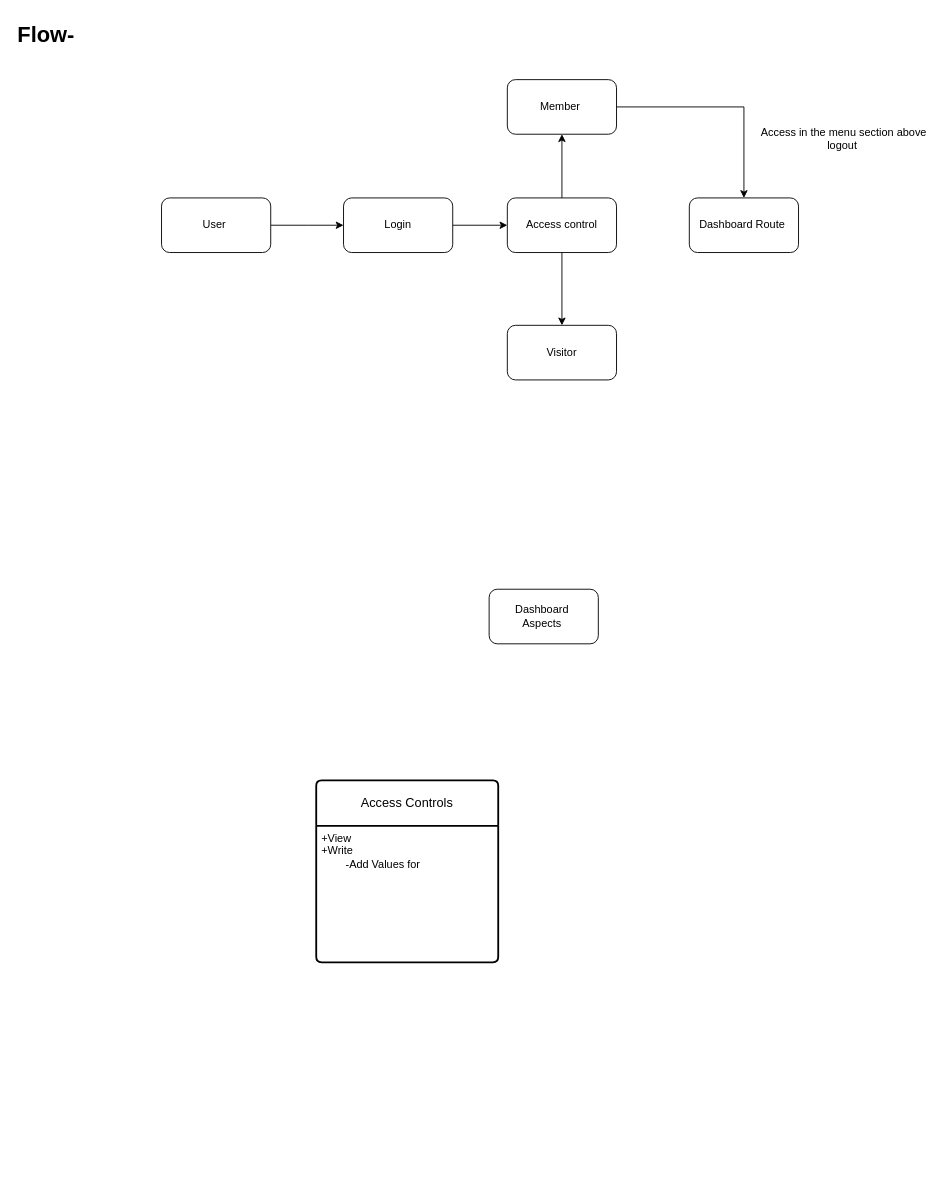
This is page "Backend(Dashboard)" (2 of 2) of IEEE.drawio from Tushar7436/IEEE-Web, a draw.io file, before an edit. Source tidied: cells renumbered, new cells numbered last; positions are measured from the earlier drawing's top-left corner, leaving out a move shared by most shapes. Both pictures are drawn from the tidied source at 91%, with x=0, y=0 at pixel (15, 15).
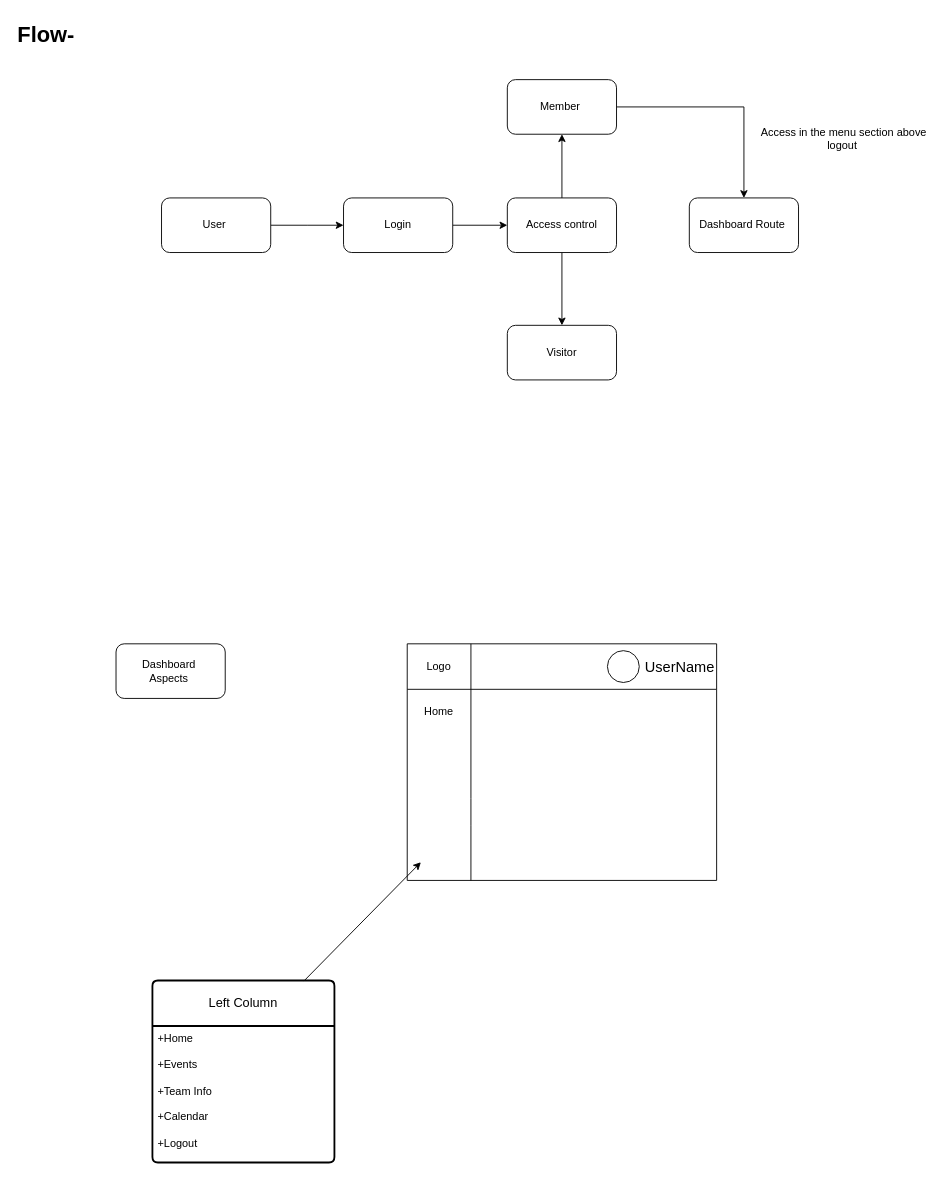
After the change.

The edit, as a diff of the source:
```diff
@@
     <mxCell id="15" value="Dashboard&amp;nbsp;&lt;br&gt;Aspects&amp;nbsp;" style="rounded=1;whiteSpace=wrap;html=1;" parent="1" vertex="1">
-      <mxGeometry x="520" y="630" width="120" height="60" as="geometry" />
+      <mxGeometry x="110" y="690" width="120" height="60" as="geometry" />
     </mxCell>
-    <mxCell id="16" value="Access Controls" style="swimlane;horizontal=1;startSize=50;rounded=1;fontSize=14;fontStyle=0;strokeWidth=2;shadow=0;dashed=0;align=center;arcSize=4;whiteSpace=wrap;html=1;" parent="1" vertex="1">
-      <mxGeometry x="330" y="840" width="200" height="200" as="geometry" />
+    <mxCell id="16" value="Left Column" style="swimlane;horizontal=1;startSize=50;rounded=1;fontSize=14;fontStyle=0;strokeWidth=2;shadow=0;dashed=0;align=center;arcSize=4;whiteSpace=wrap;html=1;" parent="1" vertex="1">
+      <mxGeometry x="150" y="1060" width="200" height="200" as="geometry" />
     </mxCell>
-    <mxCell id="17" value="&lt;div&gt;+View&lt;br&gt;+Write&amp;nbsp;&amp;nbsp;&lt;br&gt;&lt;span style=&quot;white-space: pre;&quot;&gt;&#9;&lt;/span&gt;-Add Values for&amp;nbsp; &amp;nbsp;&lt;br&gt;&lt;/div&gt;" style="align=left;strokeColor=none;fillColor=none;spacingLeft=4;fontSize=12;verticalAlign=top;html=1;" parent="16" vertex="1">
+    <mxCell id="17" value="&lt;div&gt;+Home&lt;br&gt;&lt;br&gt;+Events&amp;nbsp;&lt;br&gt;&lt;br&gt;+Team Info&lt;/div&gt;&lt;div&gt;&lt;br&gt;&lt;/div&gt;&lt;div&gt;+Calendar&lt;br&gt;&lt;br&gt;+Logout&amp;nbsp;&lt;br&gt;&lt;br&gt;&lt;br&gt;&lt;/div&gt;" style="align=left;strokeColor=none;fillColor=none;spacingLeft=4;fontSize=12;verticalAlign=top;html=1;" parent="16" vertex="1">
       <mxGeometry y="50" width="200" height="150" as="geometry" />
     </mxCell>
+    <mxCell id="18" value="UserName" style="shape=table;startSize=50;childLayout=tableLayout;rowLines=0;fontStyle=0;strokeColor=default;fontSize=16;align=right;" parent="1" vertex="1">
+      <mxGeometry x="430" y="690" width="340" height="260" as="geometry" />
+    </mxCell>
+    <mxCell id="19" style="shape=tableRow;horizontal=0;startSize=0;swimlaneHead=0;swimlaneBody=0;top=0;left=0;bottom=0;right=0;fillColor=none;strokeColor=inherit;fontSize=16;" parent="18" vertex="1">
+      <mxGeometry y="50" width="340" height="120" as="geometry" />
+    </mxCell>
+    <mxCell id="20" style="shape=partialRectangle;html=1;whiteSpace=wrap;fillColor=none;top=0;left=0;bottom=0;right=0;overflow=hidden;strokeColor=inherit;fontSize=16;" parent="19" vertex="1">
+      <mxGeometry width="70" height="120" as="geometry" />
+    </mxCell>
+    <mxCell id="21" style="shape=partialRectangle;html=1;whiteSpace=wrap;fillColor=none;top=0;left=0;bottom=0;right=0;align=left;spacingLeft=6;overflow=hidden;strokeColor=inherit;fontSize=16;" parent="19" vertex="1">
+      <mxGeometry x="70" width="270" height="120" as="geometry" />
+    </mxCell>
+    <mxCell id="22" style="shape=tableRow;horizontal=0;startSize=0;swimlaneHead=0;swimlaneBody=0;top=0;left=0;bottom=0;right=0;fillColor=none;strokeColor=inherit;fontSize=16;" parent="18" vertex="1">
+      <mxGeometry y="170" width="340" height="30" as="geometry" />
+    </mxCell>
+    <mxCell id="23" style="shape=partialRectangle;html=1;whiteSpace=wrap;fillColor=none;top=0;left=0;bottom=0;right=0;overflow=hidden;strokeColor=inherit;fontSize=16;" parent="22" vertex="1">
+      <mxGeometry width="70" height="30" as="geometry" />
+    </mxCell>
+    <mxCell id="24" style="shape=partialRectangle;html=1;whiteSpace=wrap;fillColor=none;top=0;left=0;bottom=0;right=0;align=left;spacingLeft=6;overflow=hidden;strokeColor=inherit;fontSize=16;" parent="22" vertex="1">
+      <mxGeometry x="70" width="270" height="30" as="geometry" />
+    </mxCell>
+    <mxCell id="25" style="shape=tableRow;horizontal=0;startSize=0;swimlaneHead=0;swimlaneBody=0;top=0;left=0;bottom=0;right=0;fillColor=none;strokeColor=inherit;fontSize=16;" parent="18" vertex="1">
+      <mxGeometry y="200" width="340" height="60" as="geometry" />
+    </mxCell>
+    <mxCell id="26" style="shape=partialRectangle;html=1;whiteSpace=wrap;fillColor=none;top=0;left=0;bottom=0;right=0;overflow=hidden;strokeColor=inherit;fontSize=16;" parent="25" vertex="1">
+      <mxGeometry width="70" height="60" as="geometry" />
+    </mxCell>
+    <mxCell id="27" style="shape=partialRectangle;html=1;whiteSpace=wrap;fillColor=none;top=0;left=0;bottom=0;right=0;align=left;spacingLeft=6;overflow=hidden;strokeColor=inherit;fontSize=16;" parent="25" vertex="1">
+      <mxGeometry x="70" width="270" height="60" as="geometry" />
+    </mxCell>
+    <mxCell id="28" style="ellipse;whiteSpace=wrap;html=1;" parent="1" vertex="1">
+      <mxGeometry x="650" y="697.5" width="35" height="35" as="geometry" />
+    </mxCell>
+    <mxCell id="29" value="Logo" style="text;html=1;align=center;verticalAlign=middle;whiteSpace=wrap;rounded=0;" parent="1" vertex="1">
+      <mxGeometry x="435" y="700" width="60" height="30" as="geometry" />
+    </mxCell>
+    <mxCell id="30" style="endArrow=none;html=1;rounded=0;" parent="1" edge="1">
+      <mxGeometry relative="1" as="geometry">
+        <mxPoint x="500" y="740" as="sourcePoint" />
+        <mxPoint x="500" y="690" as="targetPoint" />
+      </mxGeometry>
+    </mxCell>
+    <mxCell id="31" style="endArrow=classic;html=1;rounded=0;exitX=0.832;exitY=0.003;exitDx=0;exitDy=0;exitPerimeter=0;" parent="1" edge="1" source="16">
+      <mxGeometry relative="1" as="geometry">
+        <mxPoint x="445" y="930" as="targetPoint" />
+      </mxGeometry>
+    </mxCell>
+    <mxCell id="32" value="Home" style="text;html=1;align=center;verticalAlign=middle;whiteSpace=wrap;rounded=0;" parent="1" vertex="1">
+      <mxGeometry x="435" y="750" width="60" height="30" as="geometry" />
+    </mxCell>
```
